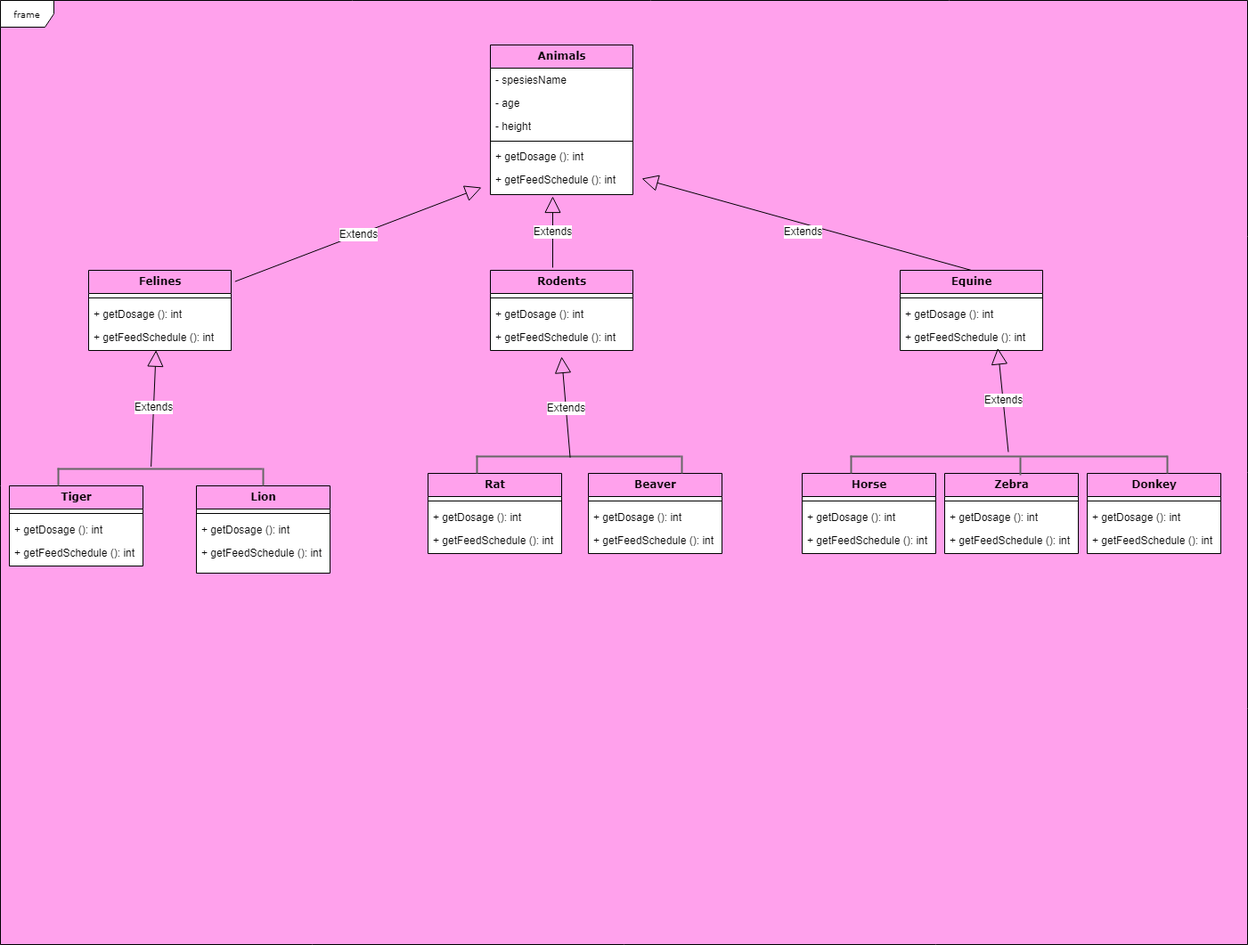
Before: Hayvanat Bahçesi Yönetimi.drawio.png, a diagram exported from draw.io (smyy96/PatikaOOP). Source tidied: cells renumbered, new cells last; positions are measured from the earlier drawing's top-left corner, leaving out a move shared by most shapes.
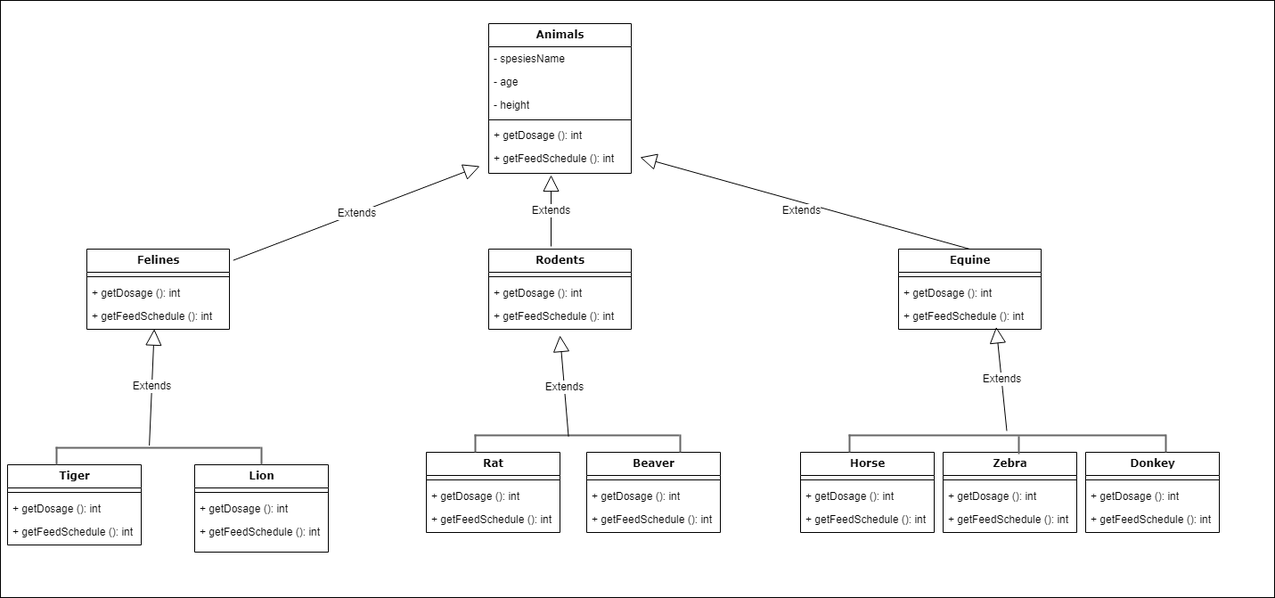
Later version of the same file.

Change to the diagram source:
```diff
@@ -1,10 +1,10 @@
-<mxGraphModel background="#FFA1EC">
+<mxGraphModel background="#FFFFFF">
   <root>
     <mxCell id="0" />
     <mxCell id="1" parent="0" />
-    <mxCell id="2" value="frame" style="shape=umlFrame;whiteSpace=wrap;html=1;rounded=0;shadow=0;comic=0;labelBackgroundColor=none;strokeWidth=1;fontFamily=Verdana;fontSize=10;align=center;" parent="1" vertex="1">
-      <mxGeometry width="1400" height="1060" as="geometry" />
-    </mxCell>
+    <mxCell id="66" style="rounded=0;whiteSpace=wrap;html=1;fillColor=#FFFFFF;" parent="1" vertex="1">
+      <mxGeometry x="2" y="24" width="1430" height="670" as="geometry" />
+    </mxCell>
     <mxCell id="3" value="&lt;b&gt;&lt;font style=&quot;font-size: 12px;&quot;&gt;Animals&lt;/font&gt;&lt;/b&gt;" style="swimlane;html=1;fontStyle=0;horizontal=1;startSize=26;fillColor=none;swimlaneFillColor=#ffffff;rounded=0;shadow=0;comic=0;labelBackgroundColor=none;strokeWidth=1;fontFamily=Verdana;fontSize=10;align=center;" parent="1" vertex="1">
       <mxGeometry x="550" y="50" width="160" height="168" as="geometry" />
     </mxCell>
```
